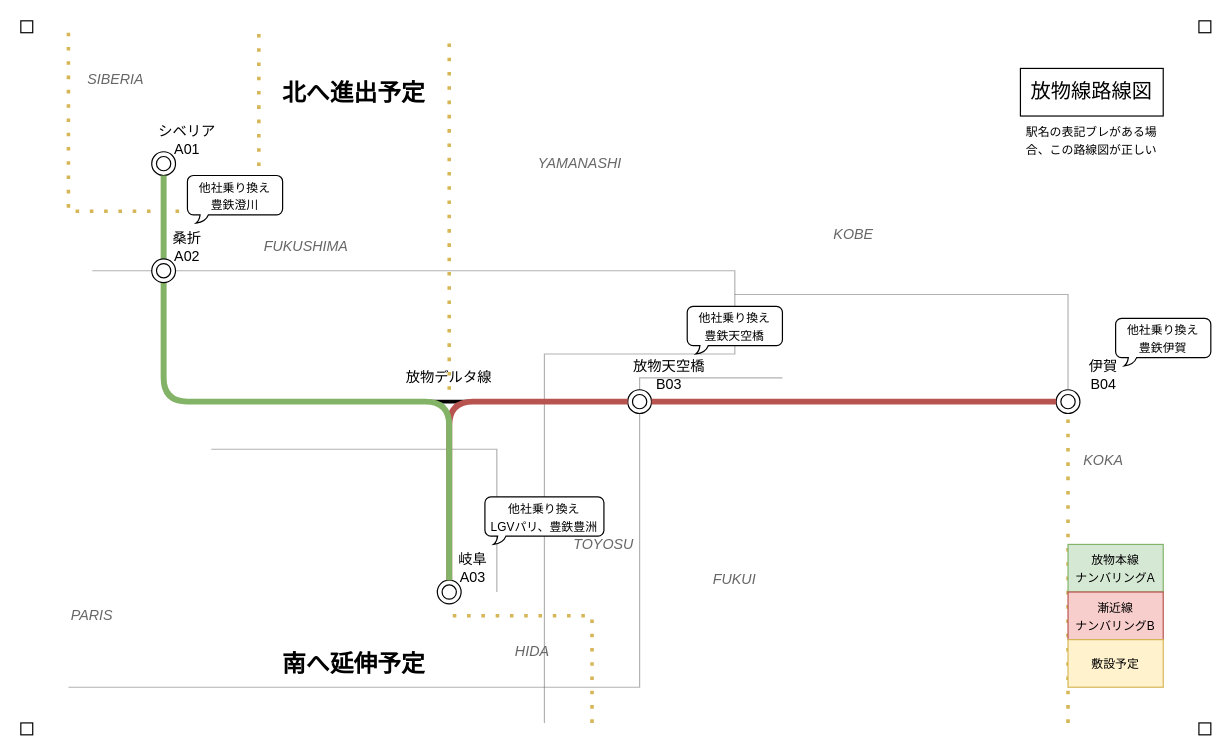
Before: page "ページ1" (1 of 4) of バリン鯖放物線.drawio in chainsawsteel1/drawio-files, a draw.io diagram. Source tidied: cells renumbered, new cells numbered last; positions are measured from the earlier drawing's top-left corner, leaving out a move shared by most shapes. Both pictures are drawn from the tidied source at 119%, with x=0, y=0 at pixel (20, 20).
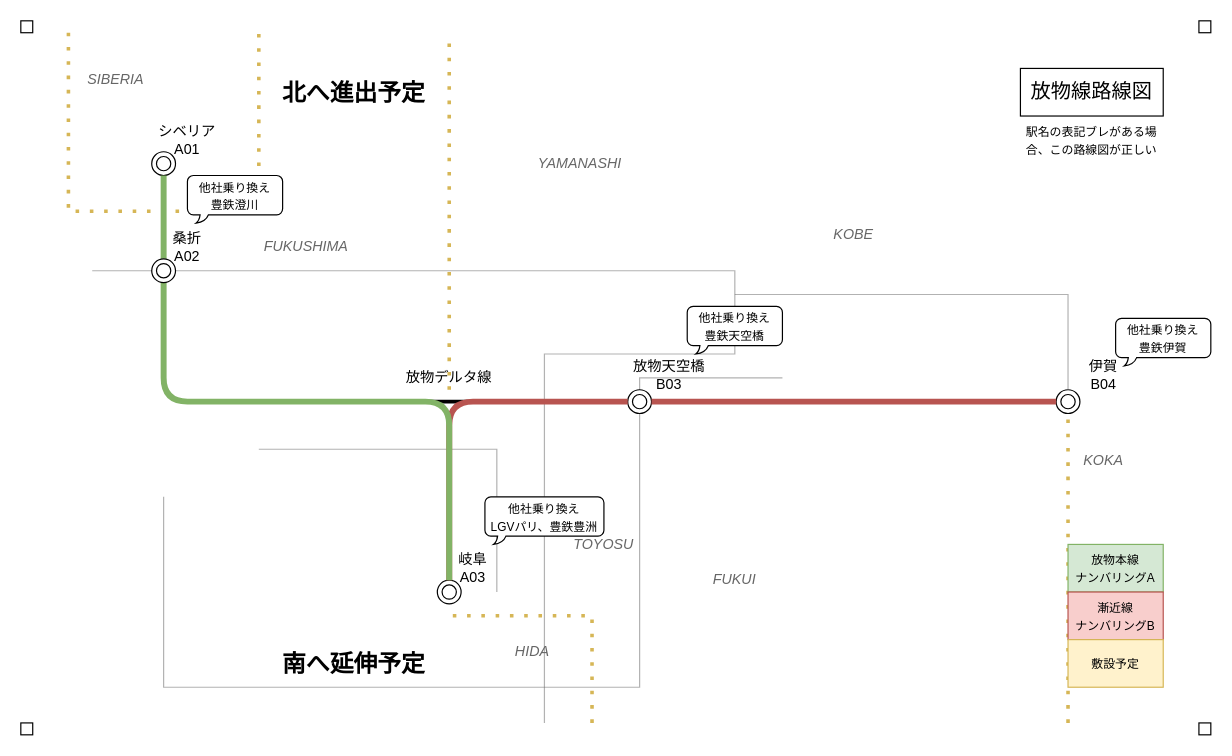
Above is the later version.

Commit message:
バリン鯖放物線.drawio を更新します

What changed in the source:
```diff
@@
     <mxCell id="4" style="endArrow=none;html=1;strokeWidth=1;rounded=0;fillColor=#f5f5f5;strokeColor=#666666;opacity=50;" parent="1" edge="1">
       <mxGeometry relative="1" as="geometry">
         <mxPoint x="400" y="480" as="sourcePoint" />
-        <mxPoint x="160" y="360" as="targetPoint" />
+        <mxPoint x="200" y="360" as="targetPoint" />
         <Array as="points">
           <mxPoint x="400" y="360" />
         </Array>
       </mxGeometry>
     </mxCell>
     <mxCell id="5" style="endArrow=none;html=1;strokeWidth=1;rounded=0;fillColor=#f5f5f5;strokeColor=#666666;opacity=50;" parent="1" edge="1">
       <mxGeometry relative="1" as="geometry">
-        <mxPoint x="40" y="560" as="sourcePoint" />
+        <mxPoint x="120" y="400" as="sourcePoint" />
         <mxPoint x="640" y="300" as="targetPoint" />
         <Array as="points">
+          <mxPoint x="120" y="560" />
           <mxPoint x="520" y="560" />
           <mxPoint x="520" y="300" />
         </Array>
       </mxGeometry>
     </mxCell>
@@
-    <mxCell id="47" value="&lt;font color=&quot;#666666&quot;&gt;&lt;i&gt;PARIS&lt;br&gt;&lt;/i&gt;&lt;/font&gt;" style="text;html=1;align=center;verticalAlign=middle;whiteSpace=wrap;rounded=0;" parent="1" vertex="1">
-      <mxGeometry x="20" y="490" width="80" height="20" as="geometry" />
-    </mxCell>
```
